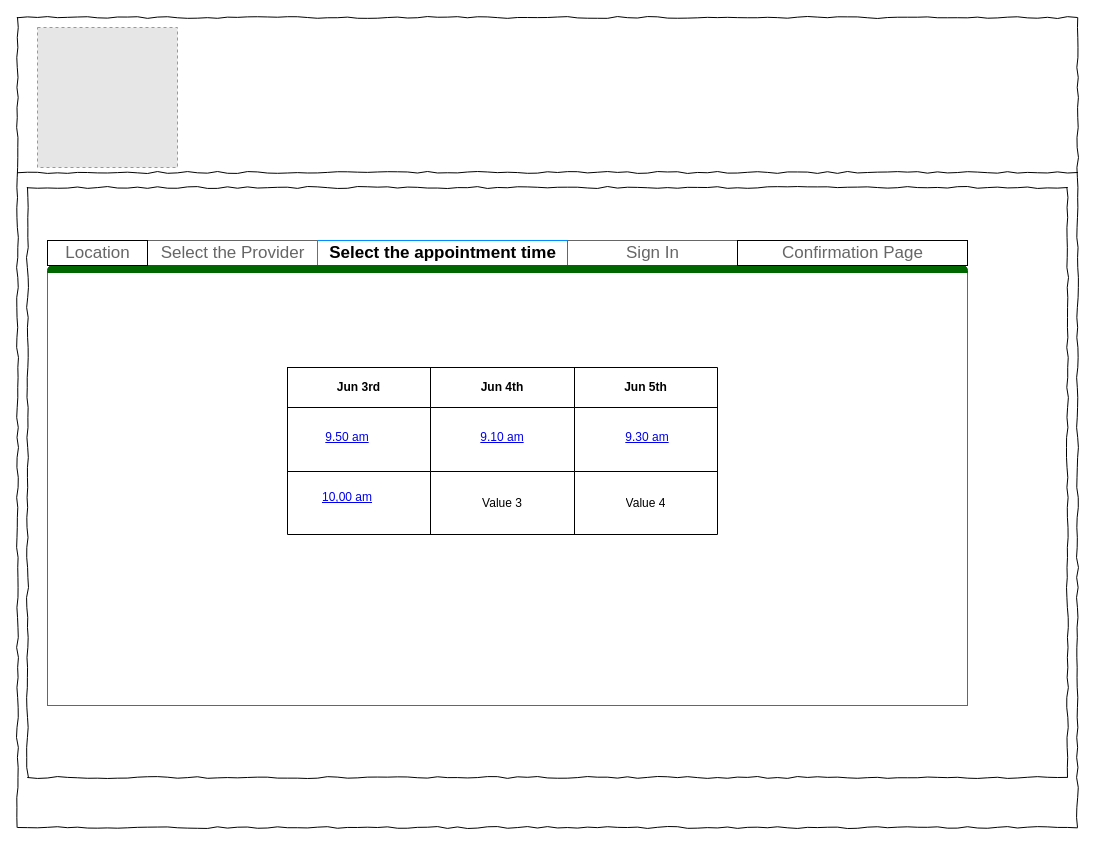
Before: Select the appointment time.drawio in Janani-Manoharan/CovidDots, a draw.io diagram. Source tidied: cells renumbered, new cells numbered last; positions are measured from the earlier drawing's top-left corner, leaving out a move shared by most shapes. Both pictures are drawn from the tidied source at 100%, with x=0, y=0 at pixel (17, 17). Pictures stored in the file or linked from it are replaced by grey dashed boxes.
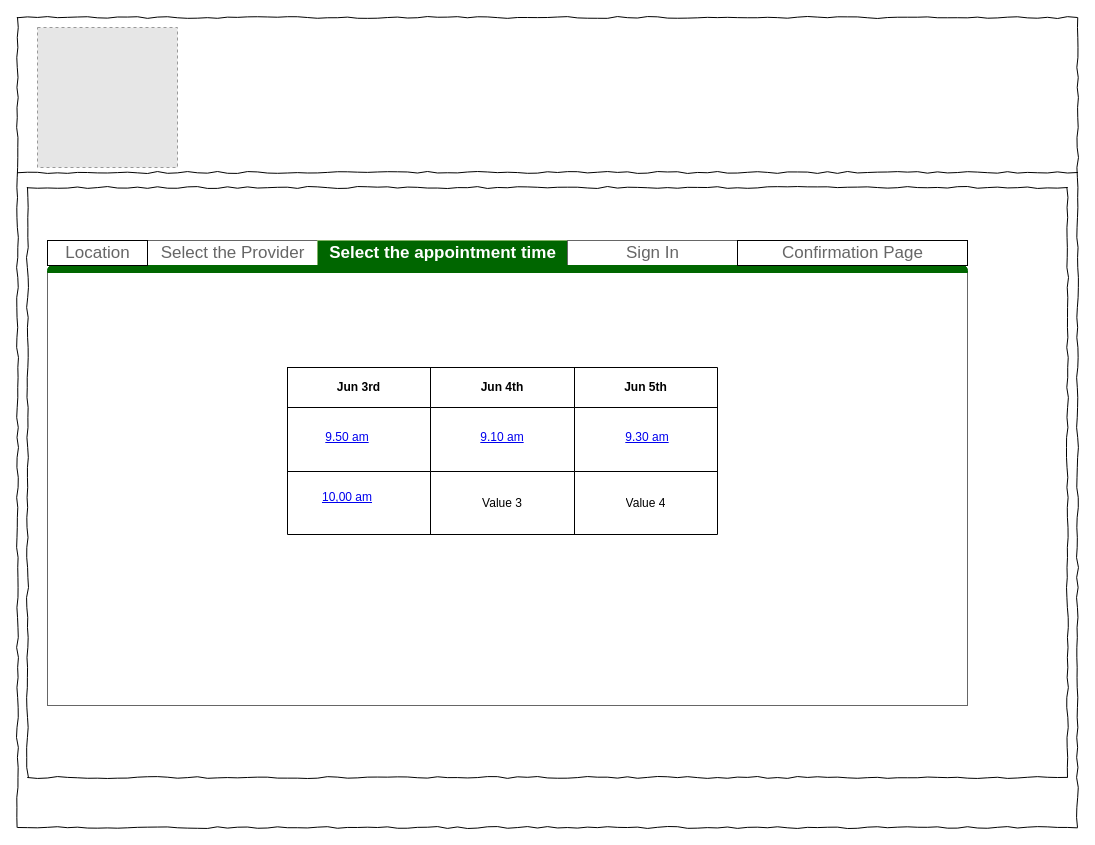
After the change.

The change refers to these unchanged cells:
```xml
<mxCell id="5" style="strokeWidth=1;shadow=0;dashed=0;align=center;html=1;shape=mxgraph.mockup.containers.marginRect2;rectMarginTop=32;strokeColor=#666666;gradientColor=none;" parent="1" vertex="1">
  <mxGeometry x="30" y="223" width="920" height="465" as="geometry" />
</mxCell>
```

Diff of the diagram source:
```diff
@@
-    <mxCell id="7" value="&lt;font color=&quot;#000000&quot;&gt;&lt;b&gt;Select the appointment time&lt;/b&gt;&lt;/font&gt;" style="strokeWidth=1;shadow=0;dashed=0;align=center;html=1;shape=mxgraph.mockup.containers.rrect;rSize=0;fontSize=17;fontColor=#ffffff;strokeColor=#008cff;fillColor=none;" parent="5" vertex="1">
+    <mxCell id="7" value="&lt;font&gt;&lt;b&gt;Select the appointment time&lt;/b&gt;&lt;/font&gt;" style="strokeWidth=1;shadow=0;dashed=0;align=center;html=1;shape=mxgraph.mockup.containers.rrect;rSize=0;fontSize=17;strokeColor=#82b366;fillColor=#006600;fontColor=#FFFFFF;" parent="5" vertex="1">
       <mxGeometry width="250" height="25" relative="1" as="geometry">
         <mxPoint x="270" as="offset" />
       </mxGeometry>
     </mxCell>
```
